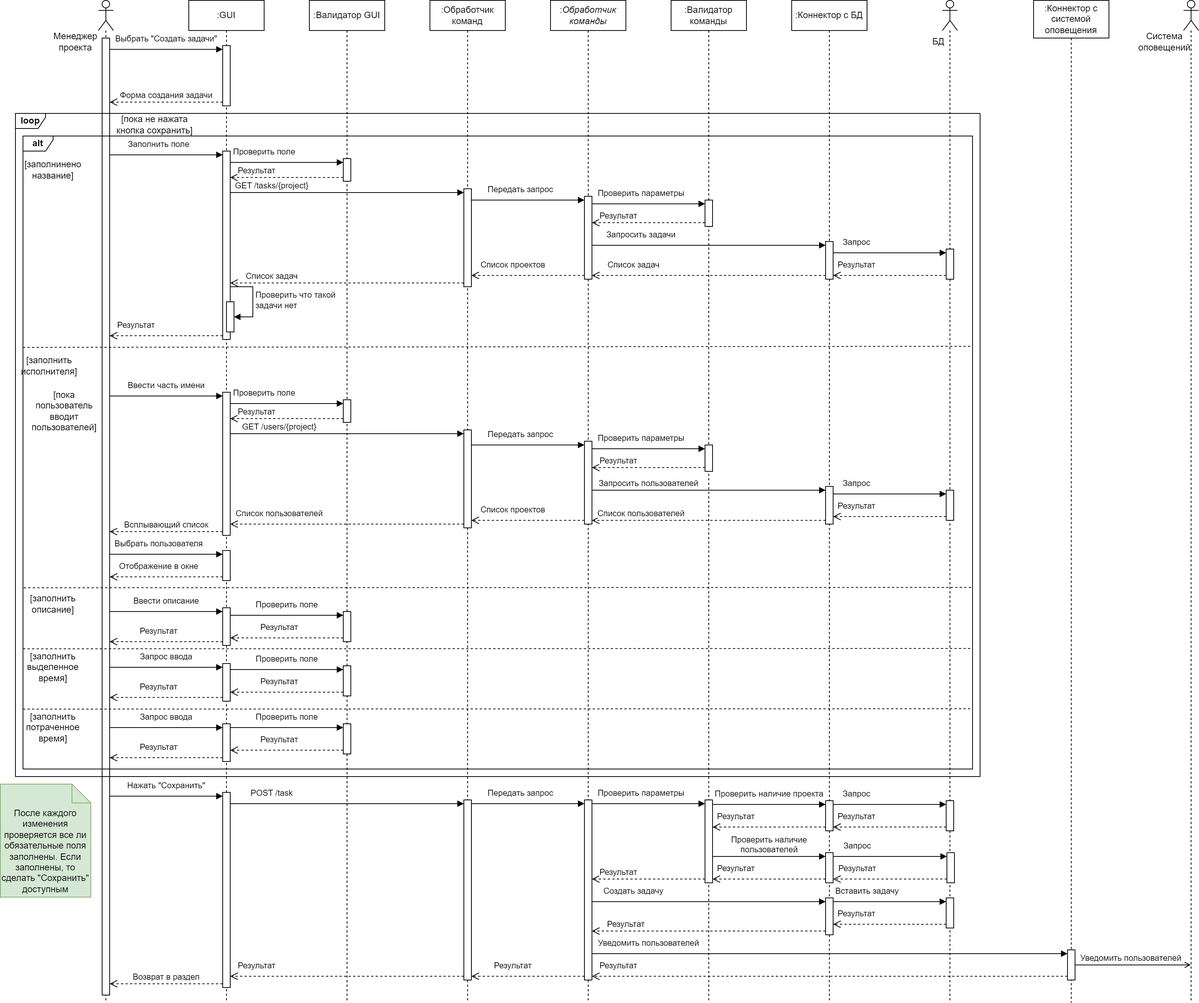
Before: docs/sequence/create_task.png, a diagram exported from draw.io (aVorotnikov/thunder_board). Source tidied: cells renumbered, new cells last; positions are measured from the earlier drawing's top-left corner, leaving out a move shared by most shapes.
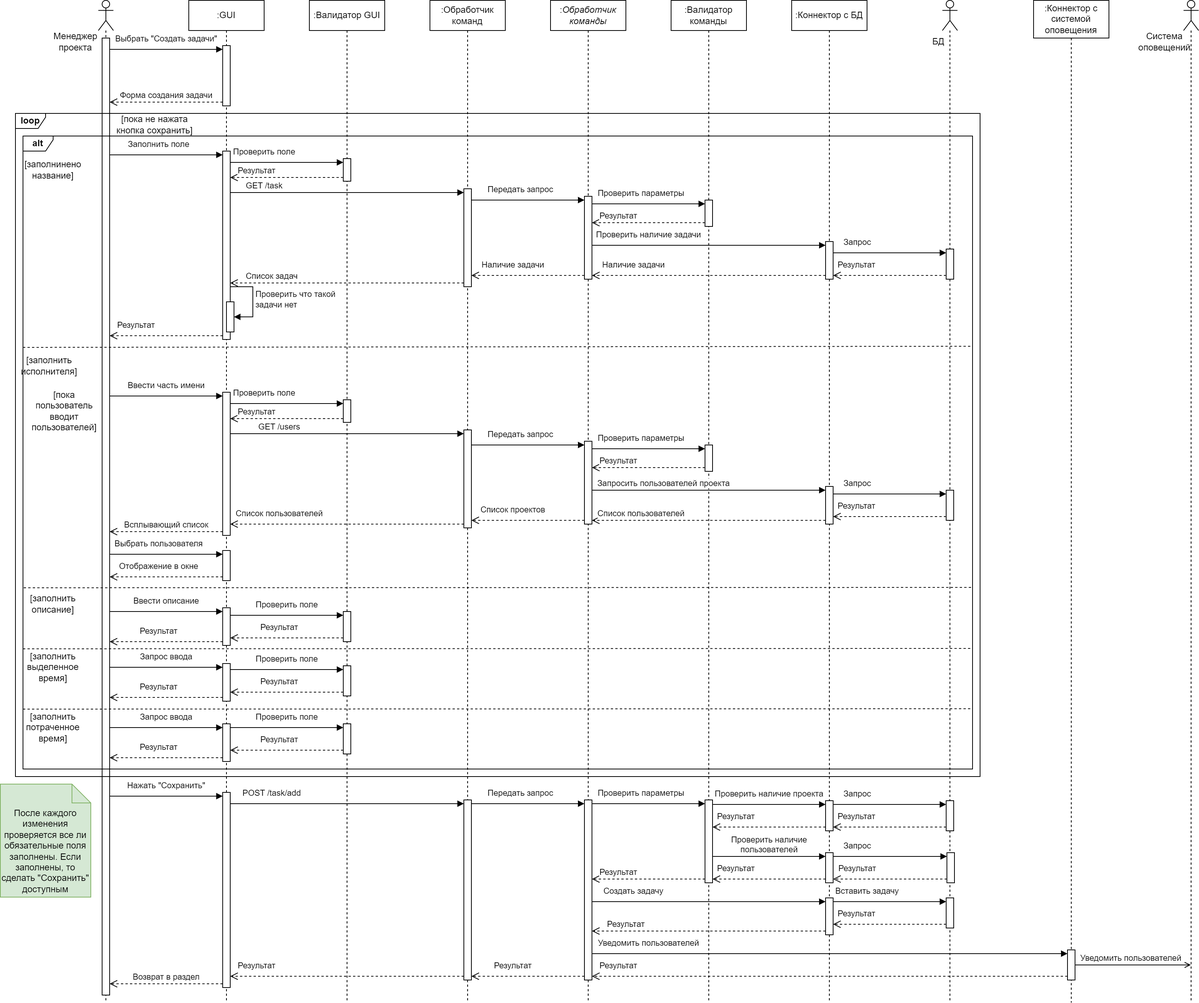
After the change.

What changed in the source:
```diff
@@ -164,8 +164,8 @@
     <mxCell id="53" value="Система оповещений" style="text;html=1;align=center;verticalAlign=middle;whiteSpace=wrap;rounded=0;" parent="1" vertex="1">
       <mxGeometry x="1510" y="40" width="70" height="30" as="geometry" />
     </mxCell>
-    <mxCell id="54" value="GET /tasks/{project}" style="html=1;verticalAlign=bottom;endArrow=block;curved=0;rounded=0;entryX=0;entryY=0;entryDx=0;entryDy=5;entryPerimeter=0;" parent="1" edge="1" source="67" target="32">
-      <mxGeometry x="-0.65" relative="1" as="geometry" />
+    <mxCell id="54" value="GET /task" style="html=1;verticalAlign=bottom;endArrow=block;curved=0;rounded=0;entryX=0;entryY=0;entryDx=0;entryDy=5;entryPerimeter=0;" parent="1" edge="1" source="67" target="32">
+      <mxGeometry x="-0.71" relative="1" as="geometry" />
     </mxCell>
     <mxCell id="55" value="Список задач" style="html=1;verticalAlign=bottom;endArrow=open;dashed=1;endSize=8;curved=0;rounded=0;exitX=0;exitY=1;exitDx=0;exitDy=-5;exitPerimeter=0;" parent="1" edge="1" source="32" target="67">
       <mxGeometry x="0.65" relative="1" as="geometry" />
@@ -173,7 +173,7 @@
     <mxCell id="56" value="Передать запрос" style="html=1;verticalAlign=bottom;endArrow=block;curved=0;rounded=0;entryX=0;entryY=0;entryDx=0;entryDy=5;entryPerimeter=0;" parent="1" edge="1" source="32" target="36">
       <mxGeometry x="-0.13" y="5" relative="1" as="geometry" />
     </mxCell>
-    <mxCell id="57" value="Список проектов" style="html=1;verticalAlign=bottom;endArrow=open;dashed=1;endSize=8;curved=0;rounded=0;exitX=0;exitY=1;exitDx=0;exitDy=-5;exitPerimeter=0;" parent="1" edge="1" source="36" target="32">
+    <mxCell id="57" value="Наличие задачи" style="html=1;verticalAlign=bottom;endArrow=open;dashed=1;endSize=8;curved=0;rounded=0;exitX=0;exitY=1;exitDx=0;exitDy=-5;exitPerimeter=0;" parent="1" edge="1" source="36" target="32">
       <mxGeometry x="0.27" y="-5" relative="1" as="geometry" />
     </mxCell>
     <mxCell id="58" value=":Валидатор команды" style="shape=umlLifeline;perimeter=lifelinePerimeter;whiteSpace=wrap;html=1;newEdgeStyle={&quot;curved&quot;:0,&quot;rounded&quot;:0};" parent="1" vertex="1">
@@ -191,10 +191,10 @@
     <mxCell id="62" value="Результат" style="html=1;verticalAlign=bottom;endArrow=open;dashed=1;endSize=8;curved=0;rounded=0;exitX=0;exitY=1;exitDx=0;exitDy=-5;exitPerimeter=0;" parent="1" edge="1" source="59" target="36">
       <mxGeometry x="0.53" relative="1" as="geometry" />
     </mxCell>
-    <mxCell id="63" value="Запросить задачи" style="html=1;verticalAlign=bottom;endArrow=block;curved=0;rounded=0;entryX=0;entryY=0;entryDx=0;entryDy=5;entryPerimeter=0;" parent="1" edge="1" source="36" target="40">
-      <mxGeometry x="-0.58" y="5" relative="1" as="geometry" />
+    <mxCell id="63" value="Проверить наличие задачи" style="html=1;verticalAlign=bottom;endArrow=block;curved=0;rounded=0;entryX=0;entryY=0;entryDx=0;entryDy=5;entryPerimeter=0;" parent="1" edge="1" source="36" target="40">
+      <mxGeometry x="-0.52" y="5" relative="1" as="geometry" />
     </mxCell>
-    <mxCell id="64" value="Список задач" style="html=1;verticalAlign=bottom;endArrow=open;dashed=1;endSize=8;curved=0;rounded=0;exitX=0;exitY=1;exitDx=0;exitDy=-5;exitPerimeter=0;" parent="1" edge="1" source="40" target="36">
+    <mxCell id="64" value="Наличие задачи" style="html=1;verticalAlign=bottom;endArrow=open;dashed=1;endSize=8;curved=0;rounded=0;exitX=0;exitY=1;exitDx=0;exitDy=-5;exitPerimeter=0;" parent="1" edge="1" source="40" target="36">
       <mxGeometry x="0.65" y="-5" relative="1" as="geometry" />
     </mxCell>
     <mxCell id="65" value="Запрос" style="html=1;verticalAlign=bottom;endArrow=block;curved=0;rounded=0;entryX=0;entryY=0;entryDx=0;entryDy=5;entryPerimeter=0;" parent="1" edge="1" source="40" target="45">
@@ -244,7 +244,7 @@
     <mxCell id="77" value="Всплывающий список" style="html=1;verticalAlign=bottom;endArrow=open;dashed=1;endSize=8;curved=0;rounded=0;exitX=0;exitY=1;exitDx=0;exitDy=-5;exitPerimeter=0;" parent="1" edge="1" source="7" target="3">
       <mxGeometry relative="1" as="geometry" />
     </mxCell>
-    <mxCell id="78" value="GET /users/{project}" style="html=1;verticalAlign=bottom;endArrow=block;curved=0;rounded=0;entryX=0;entryY=0;entryDx=0;entryDy=5;entryPerimeter=0;" parent="1" edge="1" source="7" target="33">
+    <mxCell id="78" value="GET /users" style="html=1;verticalAlign=bottom;endArrow=block;curved=0;rounded=0;entryX=0;entryY=0;entryDx=0;entryDy=5;entryPerimeter=0;" parent="1" edge="1" source="7" target="33">
       <mxGeometry x="-0.58" relative="1" as="geometry" />
     </mxCell>
     <mxCell id="79" value="Список пользователей" style="html=1;verticalAlign=bottom;endArrow=open;dashed=1;endSize=8;curved=0;rounded=0;exitX=0;exitY=1;exitDx=0;exitDy=-5;exitPerimeter=0;" parent="1" edge="1" source="33" target="7">
@@ -271,8 +271,8 @@
     <mxCell id="86" value="Результат" style="html=1;verticalAlign=bottom;endArrow=open;dashed=1;endSize=8;curved=0;rounded=0;exitX=0;exitY=1;exitDx=0;exitDy=-5;exitPerimeter=0;" parent="1" edge="1" source="84" target="37">
       <mxGeometry x="0.53" relative="1" as="geometry" />
     </mxCell>
-    <mxCell id="87" value="Запросить пользователей" style="html=1;verticalAlign=bottom;endArrow=block;curved=0;rounded=0;entryX=0;entryY=0;entryDx=0;entryDy=5;entryPerimeter=0;" parent="1" edge="1" source="37" target="80">
-      <mxGeometry x="-0.52" relative="1" as="geometry" />
+    <mxCell id="87" value="Запросить пользователей проекта" style="html=1;verticalAlign=bottom;endArrow=block;curved=0;rounded=0;entryX=0;entryY=0;entryDx=0;entryDy=5;entryPerimeter=0;" parent="1" edge="1" source="37" target="80">
+      <mxGeometry x="-0.39" relative="1" as="geometry" />
     </mxCell>
     <mxCell id="88" value="Список пользователей" style="html=1;verticalAlign=bottom;endArrow=open;dashed=1;endSize=8;curved=0;rounded=0;exitX=0;exitY=1;exitDx=0;exitDy=-5;exitPerimeter=0;" parent="1" edge="1" source="80" target="37">
       <mxGeometry x="0.58" relative="1" as="geometry" />
@@ -325,7 +325,7 @@
     <mxCell id="101" value="Возврат в раздел" style="html=1;verticalAlign=bottom;endArrow=open;dashed=1;endSize=8;curved=0;rounded=0;exitX=0;exitY=1;exitDx=0;exitDy=-5;exitPerimeter=0;" parent="1" edge="1" source="11" target="3">
       <mxGeometry relative="1" as="geometry" />
     </mxCell>
-    <mxCell id="102" value="POST /task" style="html=1;verticalAlign=bottom;endArrow=block;curved=0;rounded=0;entryX=0;entryY=0;entryDx=0;entryDy=5;entryPerimeter=0;" parent="1" edge="1" source="11" target="34">
+    <mxCell id="102" value="POST /task/add" style="html=1;verticalAlign=bottom;endArrow=block;curved=0;rounded=0;entryX=0;entryY=0;entryDx=0;entryDy=5;entryPerimeter=0;" parent="1" edge="1" source="11" target="34">
       <mxGeometry x="-0.65" y="5" relative="1" as="geometry" />
     </mxCell>
     <mxCell id="103" value="Результат" style="html=1;verticalAlign=bottom;endArrow=open;dashed=1;endSize=8;curved=0;rounded=0;exitX=0;exitY=1;exitDx=0;exitDy=-5;exitPerimeter=0;" parent="1" edge="1" source="34" target="11">
```
